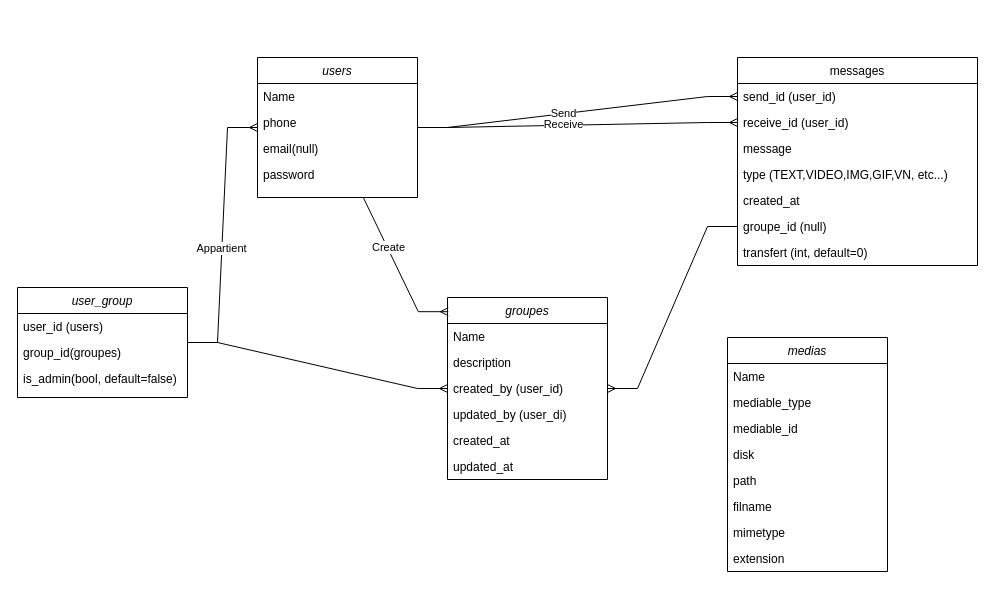
Above: diagramme.drawio in jstephane98/e-message (draw.io), before the change. Source tidied: cells renumbered, new cells numbered last; positions are measured from the earlier drawing's top-left corner, leaving out a move shared by most shapes. Both pictures are drawn from the tidied source at 100%, with x=0, y=0 at pixel (17, 57).
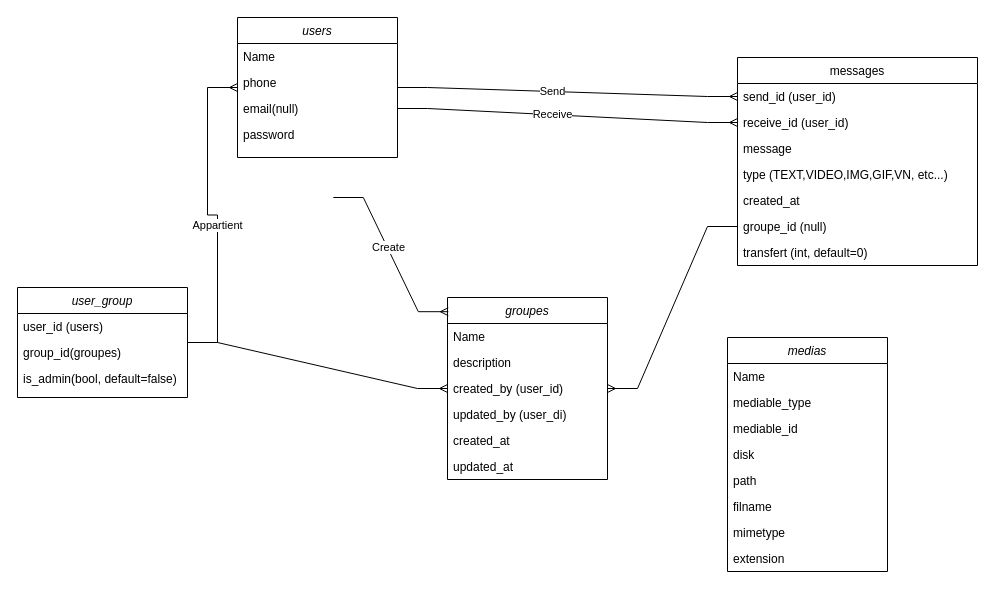
Above is the later version.

The change refers to these unchanged cells:
```xml
<mxCell id="5" value="email(null)" style="text;align=left;verticalAlign=top;spacingLeft=4;spacingRight=4;overflow=hidden;points=[[0,0.5],[1,0.5]];portConstraint=eastwest;rounded=0;shadow=0;html=0;" parent="2" vertex="1">
  <mxGeometry y="78" width="160" height="26" as="geometry" />
</mxCell>
<mxCell id="9" value="receive_id (user_id)" style="text;align=left;verticalAlign=top;spacingLeft=4;spacingRight=4;overflow=hidden;points=[[0,0.5],[1,0.5]];portConstraint=eastwest;rounded=0;shadow=0;html=0;" parent="7" vertex="1">
  <mxGeometry y="52" width="240" height="26" as="geometry" />
</mxCell>
```

Diff of the diagram source:
```diff
@@
     <mxCell id="2" value="users" style="swimlane;fontStyle=2;align=center;verticalAlign=top;horizontal=1;startSize=26;rounded=0;shadow=0;strokeWidth=1;" parent="1" vertex="1">
-      <mxGeometry x="240" width="160" height="140" as="geometry" />
+      <mxGeometry x="220" y="-40" width="160" height="140" as="geometry" />
     </mxCell>
@@
-    <mxCell id="17" style="edgeStyle=entityRelationEdgeStyle;fontSize=12;html=1;endArrow=ERmany;rounded=0;" parent="1" edge="1" source="2" target="9">
+    <mxCell id="17" style="edgeStyle=entityRelationEdgeStyle;fontSize=12;html=1;endArrow=ERmany;rounded=0;entryX=0;entryY=0.5;entryDx=0;entryDy=0;" parent="1" edge="1" source="5" target="9">
       <mxGeometry relative="1" as="geometry" />
     </mxCell>
```
